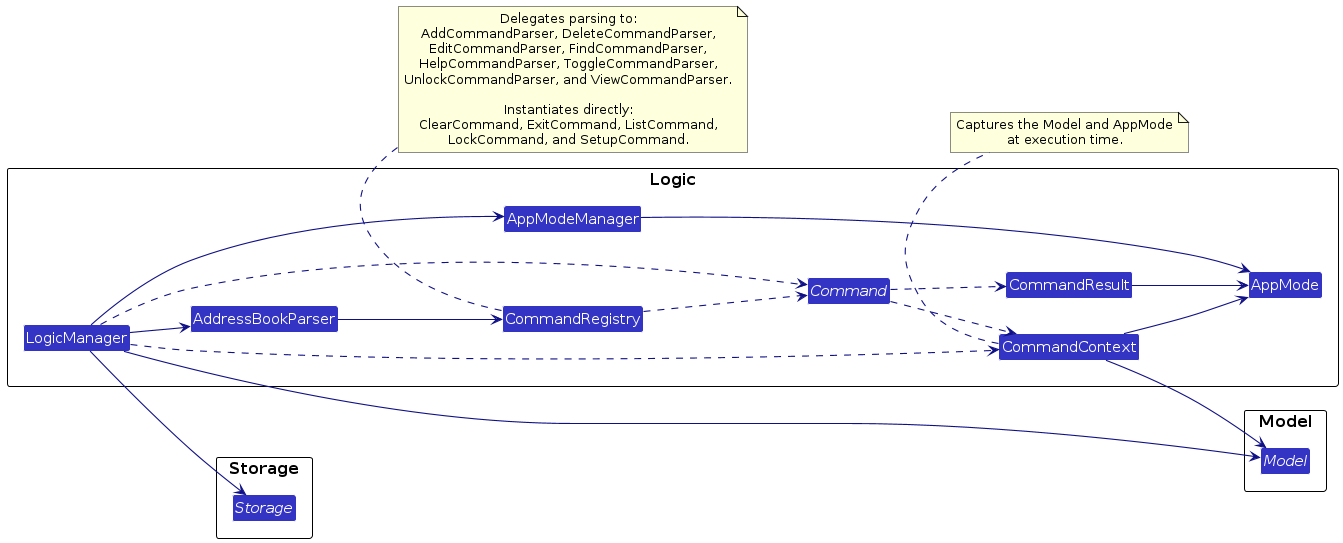
This is diagrams/LogicClassDiagram.png from AY2526S2-CS2103T-T15-2/tp, a PlantUML export, as it was before one commit. Its source is kept beside it as diagrams/LogicClassDiagram.puml.
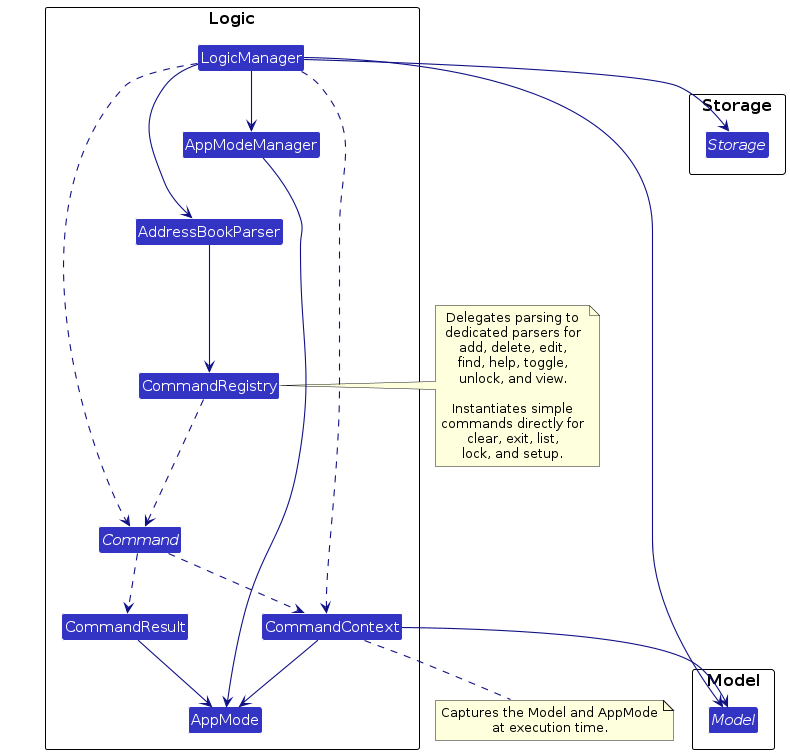
The same file after the commit.

Change to the diagram source:
```diff
@@ -3,7 +3,6 @@
 skinparam arrowThickness 1.1
 skinparam arrowColor LOGIC_COLOR_T4
 skinparam classBackgroundColor LOGIC_COLOR
-left to right direction
 
 package Logic {
     class LogicManager
@@ -41,20 +40,27 @@
 AppModeManager --> AppMode
 CommandResult --> AppMode
 
+LogicManager -[hidden]-> Command
+LogicManager -[hidden]-> CommandResult
+LogicManager -[hidden]-> CommandContext
+AppModeManager -[hidden]-> AddressBookParser
+StorageApi -[hidden]-> ModelApi
+
 note bottom of CommandContext
   Captures the Model and AppMode
   at execution time.
 end note
 
-note bottom of CommandRegistry
-  Delegates parsing to:
-  AddCommandParser, DeleteCommandParser,
-  EditCommandParser, FindCommandParser,
-  HelpCommandParser, ToggleCommandParser,
-  UnlockCommandParser, and ViewCommandParser.
+note right of CommandRegistry
+  Delegates parsing to
+  dedicated parsers for
+  add, delete, edit,
+  find, help, toggle,
+  unlock, and view.
 
-  Instantiates directly:
-  ClearCommand, ExitCommand, ListCommand,
-  LockCommand, and SetupCommand.
+  Instantiates simple
+  commands directly for
+  clear, exit, list,
+  lock, and setup.
 end note
 @enduml
```
